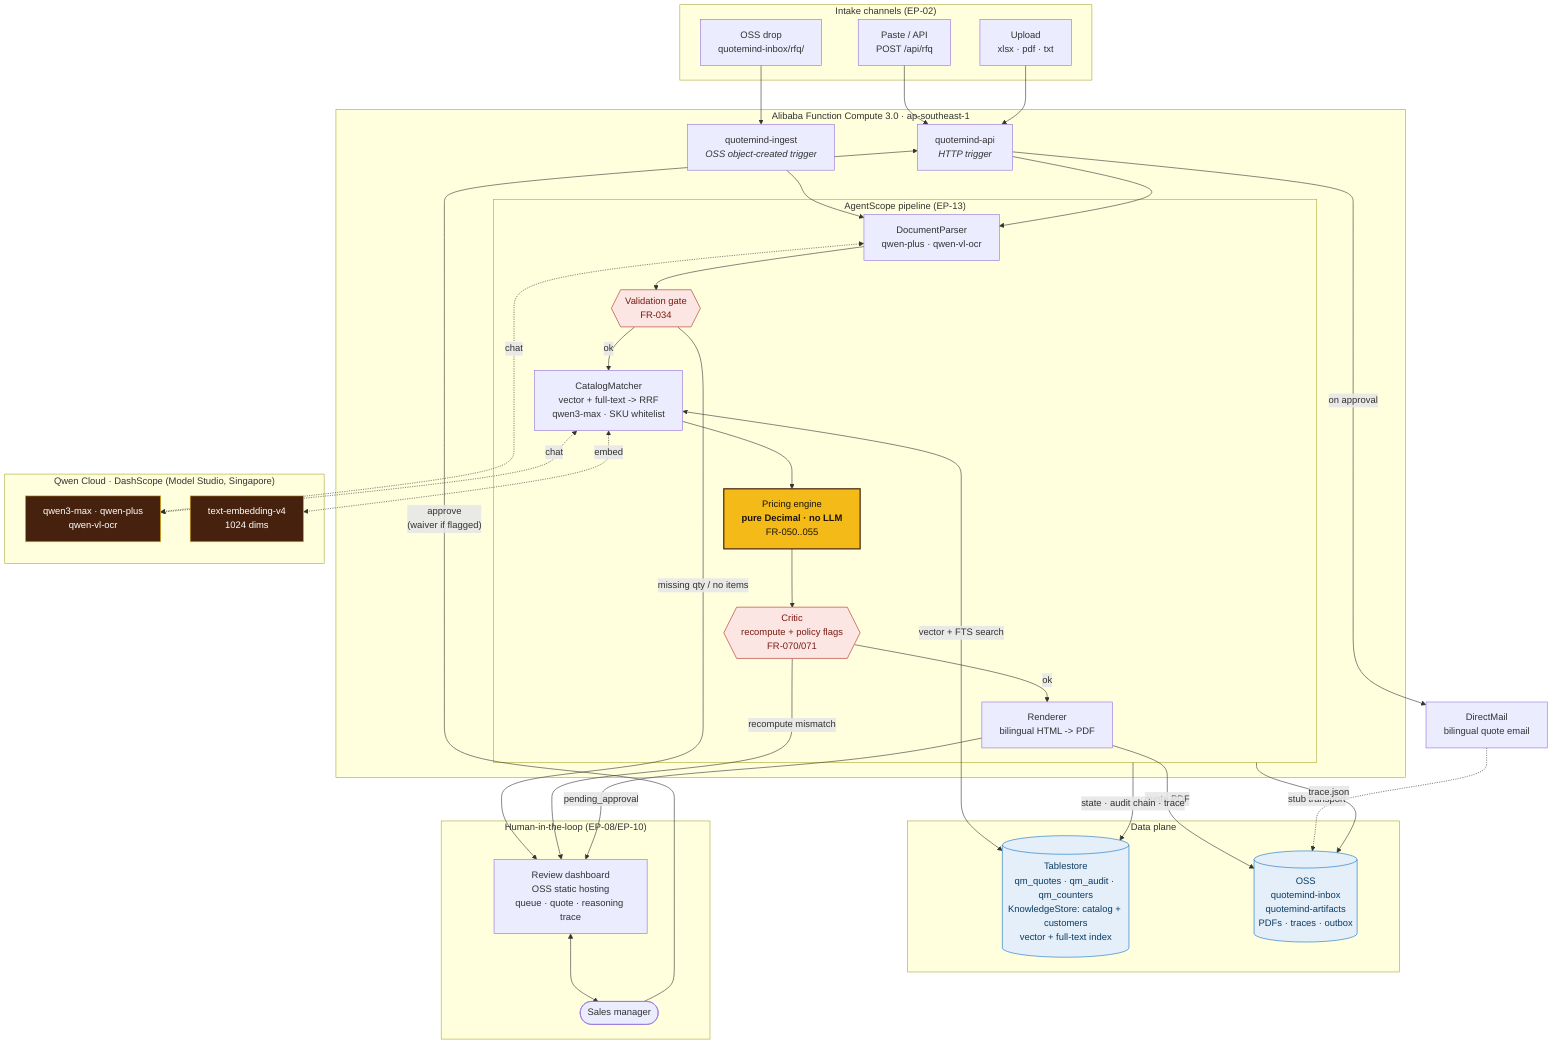
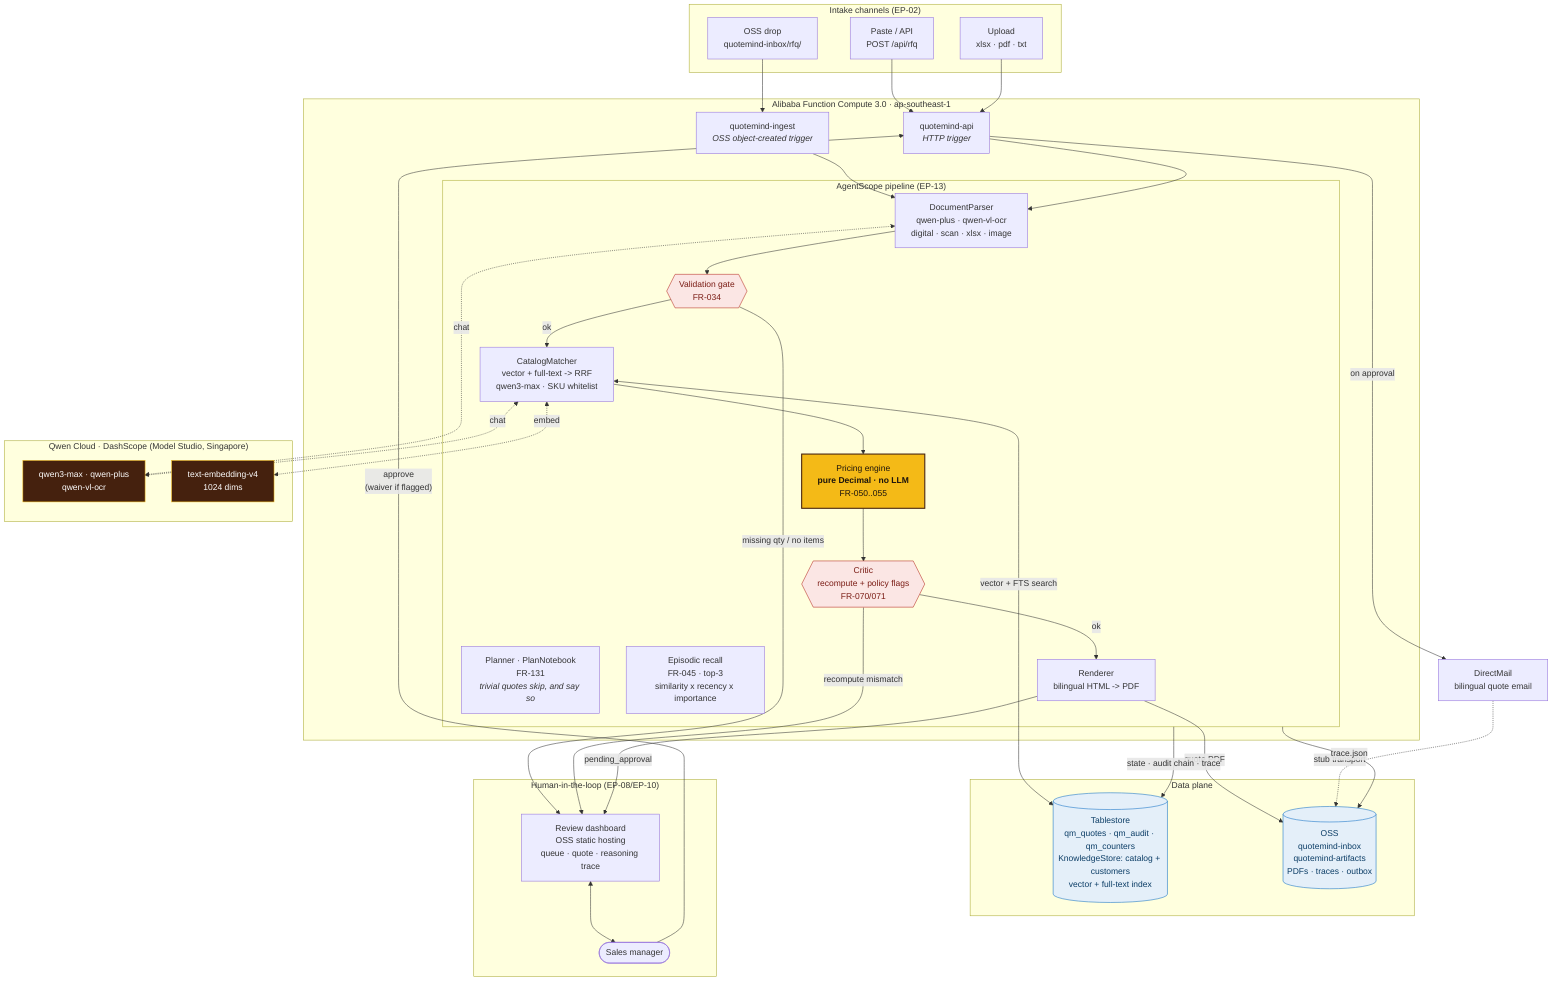
%% SUB-03: QuoteMind architecture. Qwen Cloud <-> backend <-> database <-> frontend.
%% Render: make diagrams  (mermaid-cli -> docs/architecture.png)
graph TB
    subgraph channels["Intake channels (EP-02)"]
        PASTE["Paste / API<br/>POST /api/rfq"]
        UPLOAD["Upload<br/>xlsx · pdf · txt"]
        DROP["OSS drop<br/>quotemind-inbox/rfq/"]
    end

    subgraph fc["Alibaba Function Compute 3.0 · ap-southeast-1"]
        API["quotemind-api<br/><i>HTTP trigger</i>"]
        INGEST["quotemind-ingest<br/><i>OSS object-created trigger</i>"]

        subgraph pipeline["AgentScope pipeline (EP-13)"]
-             PARSE["DocumentParser<br/>qwen-plus · qwen-vl-ocr"]
+             PARSE["DocumentParser<br/>qwen-plus · qwen-vl-ocr<br/>digital · scan · xlsx · image"]
            GATE{{"Validation gate<br/>FR-034"}}
+             PLAN["Planner · PlanNotebook<br/>FR-131<br/><i>trivial quotes skip, and say so</i>"]
+             RECALL["Episodic recall<br/>FR-045 · top-3<br/>similarity x recency x importance"]
            MATCH["CatalogMatcher<br/>vector + full-text -> RRF<br/>qwen3-max · SKU whitelist"]
            PRICE["Pricing engine<br/><b>pure Decimal · no LLM</b><br/>FR-050..055"]
            CRITIC{{"Critic<br/>recompute + policy flags<br/>FR-070/071"}}
            RENDER["Renderer<br/>bilingual HTML -> PDF"]
        end
    end

    subgraph qwen["Qwen Cloud · DashScope (Model Studio, Singapore)"]
        LLM["qwen3-max · qwen-plus<br/>qwen-vl-ocr"]
        EMB["text-embedding-v4<br/>1024 dims"]
    end

    subgraph data["Data plane"]
        TS[("Tablestore<br/>qm_quotes · qm_audit · qm_counters<br/>KnowledgeStore: catalog + customers<br/>vector + full-text index")]
        OSS[("OSS<br/>quotemind-inbox<br/>quotemind-artifacts<br/>PDFs · traces · outbox")]
    end

    subgraph human["Human-in-the-loop (EP-08/EP-10)"]
        DASH["Review dashboard<br/>OSS static hosting<br/>queue · quote · reasoning trace"]
        REVIEWER(["Sales manager"])
    end

    MAIL["DirectMail<br/>bilingual quote email"]

    PASTE --> API
    UPLOAD --> API
    DROP --> INGEST
    INGEST --> PARSE
    API --> PARSE

    PARSE --> GATE
    GATE -->|"missing qty / no items"| DASH
    GATE -->|ok| MATCH
    MATCH --> PRICE --> CRITIC
    CRITIC -->|"recompute mismatch"| DASH
    CRITIC -->|ok| RENDER

    PARSE <-.->|"chat"| LLM
    MATCH <-.->|"chat"| LLM
    MATCH <-.->|"embed"| EMB

    MATCH <-->|"vector + FTS search"| TS
    RENDER -->|"quote PDF"| OSS
    pipeline -->|"state · audit chain · trace"| TS
    pipeline -->|"trace.json"| OSS

    RENDER -->|"pending_approval"| DASH
    DASH <--> REVIEWER
    REVIEWER -->|"approve<br/>(waiver if flagged)"| API
    API -->|"on approval"| MAIL
    MAIL -.->|"stub transport"| OSS

    classDef det fill:#F4BA17,stroke:#45210E,stroke-width:2px,color:#1c140d
    classDef qwenC fill:#45210E,stroke:#F4BA17,color:#fff
    classDef store fill:#e4eff9,stroke:#0F6FC5,color:#0b3d66
    classDef gate fill:#fbe6e4,stroke:#B3261E,color:#7a1c14
    class PRICE det
    class LLM,EMB qwenC
    class TS,OSS store
    class GATE,CRITIC gate
